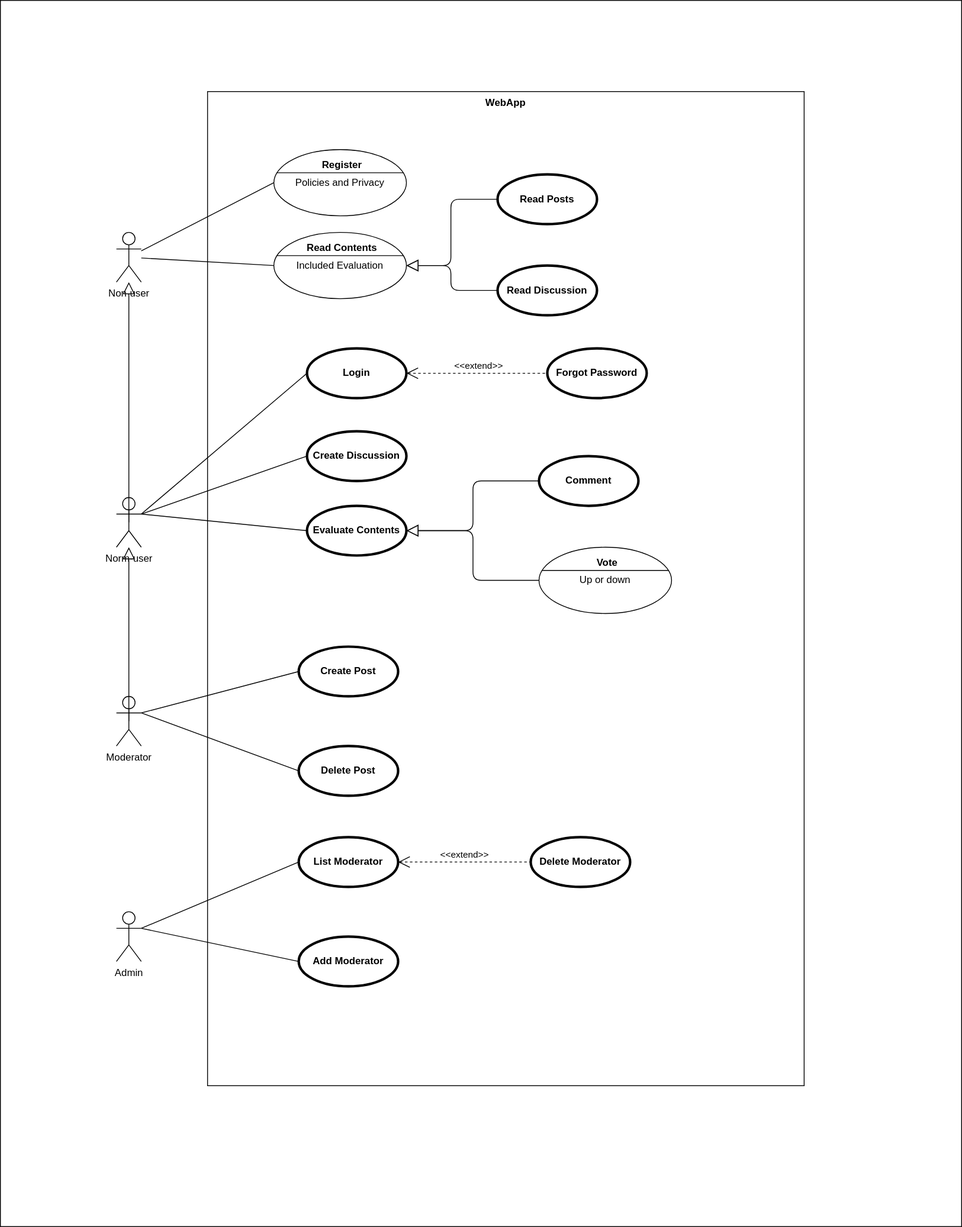
Earlier version of the draw.io export UML_Design/Use_Case_Diagram.svg (NDP-Anthony/ITProj1). Source tidied: cells renumbered, new cells last; positions are measured from the earlier drawing's top-left corner, leaving out a move shared by most shapes.
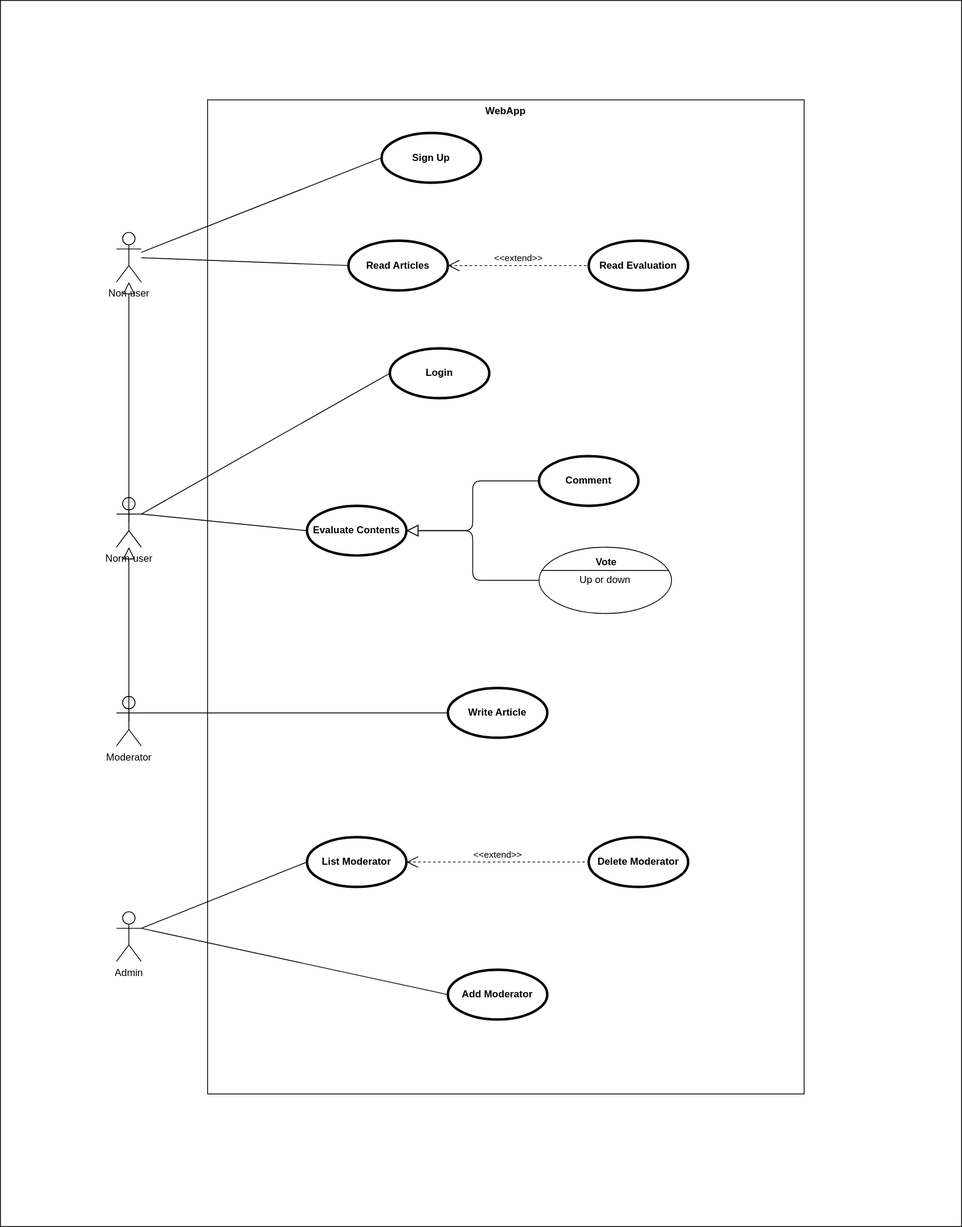
The same file after the commit.

Change to the diagram source:
```diff
@@ -24,43 +24,25 @@
       <mxGeometry relative="1" as="geometry" />
     </mxCell>
     <mxCell id="9" value="WebApp" style="shape=rect;html=1;verticalAlign=top;fontStyle=1;whiteSpace=wrap;align=center;" parent="1" vertex="1">
-      <mxGeometry x="250" y="110" width="720" height="1200" as="geometry" />
+      <mxGeometry x="250" y="120" width="720" height="1200" as="geometry" />
     </mxCell>
     <mxCell id="10" value="Login" style="shape=ellipse;html=1;strokeWidth=3;fontStyle=1;whiteSpace=wrap;align=center;perimeter=ellipsePerimeter;" parent="1" vertex="1">
-      <mxGeometry x="370" y="420" width="120" height="60" as="geometry" />
+      <mxGeometry x="470" y="420" width="120" height="60" as="geometry" />
     </mxCell>
-    <mxCell id="11" value="Create Discussion" style="shape=ellipse;html=1;strokeWidth=3;fontStyle=1;whiteSpace=wrap;align=center;perimeter=ellipsePerimeter;" parent="1" vertex="1">
-      <mxGeometry x="370" y="520" width="120" height="60" as="geometry" />
-    </mxCell>
-    <mxCell id="12" style="edgeStyle=none;html=1;endArrow=none;verticalAlign=bottom;entryX=0;entryY=0.5;entryDx=0;entryDy=0;entryPerimeter=0;" parent="1" edge="1" source="3" target="41">
+    <mxCell id="12" style="edgeStyle=none;html=1;endArrow=none;verticalAlign=bottom;entryX=0;entryY=0.5;entryDx=0;entryDy=0;" parent="1" edge="1" source="3" target="44">
       <mxGeometry relative="1" as="geometry" />
     </mxCell>
     <mxCell id="13" style="edgeStyle=none;html=1;endArrow=none;verticalAlign=bottom;entryX=0;entryY=0.5;entryDx=0;entryDy=0;exitX=1;exitY=0.3333333333333333;exitDx=0;exitDy=0;exitPerimeter=0;" parent="1" edge="1" source="4" target="10">
       <mxGeometry relative="1" as="geometry" />
     </mxCell>
-    <mxCell id="14" style="edgeStyle=none;html=1;endArrow=none;verticalAlign=bottom;entryX=0;entryY=0.5;entryDx=0;entryDy=0;exitX=1;exitY=0.3333333333333333;exitDx=0;exitDy=0;exitPerimeter=0;" parent="1" edge="1" source="4" target="11">
-      <mxGeometry relative="1" as="geometry" />
-    </mxCell>
-    <mxCell id="15" style="edgeStyle=none;html=1;endArrow=none;verticalAlign=bottom;entryX=0;entryY=0.5;entryDx=0;entryDy=0;entryPerimeter=0;" parent="1" edge="1" source="3" target="16">
+    <mxCell id="15" style="edgeStyle=none;html=1;endArrow=none;verticalAlign=bottom;entryX=0;entryY=0.5;entryDx=0;entryDy=0;" parent="1" edge="1" source="3" target="43">
       <mxGeometry relative="1" as="geometry" />
     </mxCell>
-    <mxCell id="16" value="Policies and Privacy" style="html=1;shape=mxgraph.sysml.useCaseExtPt;whiteSpace=wrap;align=center;" parent="1" vertex="1">
-      <mxGeometry x="330" y="180" width="160" height="80" as="geometry" />
-    </mxCell>
-    <mxCell id="17" value="Register" style="html=1;verticalAlign=middle;align=center;labelBackgroundColor=none;fontStyle=1;" parent="16" vertex="1">
-      <mxGeometry x="80" y="17" as="geometry" />
-    </mxCell>
-    <mxCell id="18" value="Forgot Password" style="shape=ellipse;html=1;strokeWidth=3;fontStyle=1;whiteSpace=wrap;align=center;perimeter=ellipsePerimeter;" parent="1" vertex="1">
-      <mxGeometry x="660" y="420" width="120" height="60" as="geometry" />
-    </mxCell>
-    <mxCell id="19" value="&amp;lt;&amp;lt;extend&amp;gt;&amp;gt;" style="edgeStyle=none;html=1;startArrow=open;endArrow=none;startSize=12;verticalAlign=bottom;dashed=1;labelBackgroundColor=none;entryX=0;entryY=0.5;entryDx=0;entryDy=0;exitX=1;exitY=0.5;exitDx=0;exitDy=0;" parent="1" edge="1" source="10" target="18">
-      <mxGeometry relative="1" as="geometry" />
-    </mxCell>
     <mxCell id="20" value="Evaluate Contents" style="shape=ellipse;html=1;strokeWidth=3;fontStyle=1;whiteSpace=wrap;align=center;perimeter=ellipsePerimeter;" parent="1" vertex="1">
       <mxGeometry x="370" y="610" width="120" height="60" as="geometry" />
     </mxCell>
-    <mxCell id="21" value="Create Post" style="shape=ellipse;html=1;strokeWidth=3;fontStyle=1;whiteSpace=wrap;align=center;perimeter=ellipsePerimeter;" parent="1" vertex="1">
-      <mxGeometry x="360" y="780" width="120" height="60" as="geometry" />
+    <mxCell id="21" value="Write Article" style="shape=ellipse;html=1;strokeWidth=3;fontStyle=1;whiteSpace=wrap;align=center;perimeter=ellipsePerimeter;" parent="1" vertex="1">
+      <mxGeometry x="540" y="830" width="120" height="60" as="geometry" />
     </mxCell>
     <mxCell id="22" style="edgeStyle=none;html=1;endArrow=none;verticalAlign=bottom;exitX=1;exitY=0.3333333333333333;exitDx=0;exitDy=0;exitPerimeter=0;entryX=0;entryY=0.5;entryDx=0;entryDy=0;" parent="1" edge="1" source="6" target="21">
       <mxGeometry relative="1" as="geometry" />
@@ -69,7 +51,7 @@
       <mxGeometry relative="1" as="geometry" />
     </mxCell>
     <mxCell id="24" value="List Moderator" style="shape=ellipse;html=1;strokeWidth=3;fontStyle=1;whiteSpace=wrap;align=center;perimeter=ellipsePerimeter;" parent="1" vertex="1">
-      <mxGeometry x="360" y="1010" width="120" height="60" as="geometry" />
+      <mxGeometry x="370" y="1010" width="120" height="60" as="geometry" />
     </mxCell>
     <mxCell id="25" style="edgeStyle=none;html=1;endArrow=none;verticalAlign=bottom;exitX=1;exitY=0.3333333333333333;exitDx=0;exitDy=0;exitPerimeter=0;entryX=0;entryY=0.5;entryDx=0;entryDy=0;" parent="1" edge="1" source="5" target="24">
       <mxGeometry relative="1" as="geometry" />
@@ -89,23 +71,11 @@
     <mxCell id="30" value="Vote" style="html=1;verticalAlign=middle;align=center;labelBackgroundColor=none;fontStyle=1;" parent="29" vertex="1">
       <mxGeometry x="80" y="17" as="geometry" />
     </mxCell>
-    <mxCell id="31" value="Read Discussion" style="shape=ellipse;html=1;strokeWidth=3;fontStyle=1;whiteSpace=wrap;align=center;perimeter=ellipsePerimeter;" parent="1" vertex="1">
-      <mxGeometry x="600" y="320" width="120" height="60" as="geometry" />
-    </mxCell>
-    <mxCell id="32" value="Read Posts" style="shape=ellipse;html=1;strokeWidth=3;fontStyle=1;whiteSpace=wrap;align=center;perimeter=ellipsePerimeter;" parent="1" vertex="1">
-      <mxGeometry x="600" y="210" width="120" height="60" as="geometry" />
-    </mxCell>
-    <mxCell id="33" style="edgeStyle=elbowEdgeStyle;html=1;endArrow=block;endFill=0;endSize=12;verticalAlign=bottom;entryX=1;entryY=0.5;entryDx=0;entryDy=0;exitX=0;exitY=0.5;exitDx=0;exitDy=0;entryPerimeter=0;" parent="1" edge="1" source="32" target="41">
-      <mxGeometry relative="1" as="geometry" />
-    </mxCell>
-    <mxCell id="34" style="edgeStyle=elbowEdgeStyle;html=1;endArrow=block;endFill=0;endSize=12;verticalAlign=bottom;exitX=0;exitY=0.5;exitDx=0;exitDy=0;entryX=1;entryY=0.5;entryDx=0;entryDy=0;entryPerimeter=0;" parent="1" edge="1" source="31" target="41">
-      <mxGeometry relative="1" as="geometry" />
-    </mxCell>
     <mxCell id="35" value="Delete Moderator" style="shape=ellipse;html=1;strokeWidth=3;fontStyle=1;whiteSpace=wrap;align=center;perimeter=ellipsePerimeter;" parent="1" vertex="1">
-      <mxGeometry x="640" y="1010" width="120" height="60" as="geometry" />
+      <mxGeometry x="710" y="1010" width="120" height="60" as="geometry" />
     </mxCell>
     <mxCell id="36" value="Add Moderator" style="shape=ellipse;html=1;strokeWidth=3;fontStyle=1;whiteSpace=wrap;align=center;perimeter=ellipsePerimeter;" parent="1" vertex="1">
-      <mxGeometry x="360" y="1130" width="120" height="60" as="geometry" />
+      <mxGeometry x="540" y="1170" width="120" height="60" as="geometry" />
     </mxCell>
     <mxCell id="37" style="edgeStyle=none;html=1;endArrow=none;verticalAlign=bottom;exitX=1;exitY=0.3333333333333333;exitDx=0;exitDy=0;exitPerimeter=0;entryX=0;entryY=0.5;entryDx=0;entryDy=0;" parent="1" edge="1" source="5" target="36">
       <mxGeometry relative="1" as="geometry" />
@@ -113,17 +83,17 @@
     <mxCell id="38" value="&amp;lt;&amp;lt;extend&amp;gt;&amp;gt;" style="edgeStyle=none;html=1;startArrow=open;endArrow=none;startSize=12;verticalAlign=bottom;dashed=1;labelBackgroundColor=none;exitX=1;exitY=0.5;exitDx=0;exitDy=0;entryX=0;entryY=0.5;entryDx=0;entryDy=0;" parent="1" edge="1" source="24" target="35">
       <mxGeometry relative="1" as="geometry" />
     </mxCell>
-    <mxCell id="39" value="Delete Post" style="shape=ellipse;html=1;strokeWidth=3;fontStyle=1;whiteSpace=wrap;align=center;perimeter=ellipsePerimeter;gradientColor=none;" parent="1" vertex="1">
-      <mxGeometry x="360" y="900" width="120" height="60" as="geometry" />
-    </mxCell>
-    <mxCell id="40" style="edgeStyle=none;html=1;endArrow=none;verticalAlign=bottom;exitX=1;exitY=0.3333333333333333;exitDx=0;exitDy=0;exitPerimeter=0;entryX=0;entryY=0.5;entryDx=0;entryDy=0;" parent="1" edge="1" source="6" target="39">
-      <mxGeometry relative="1" as="geometry" />
-    </mxCell>
-    <mxCell id="41" value="Included Evaluation" style="html=1;shape=mxgraph.sysml.useCaseExtPt;whiteSpace=wrap;align=center;gradientColor=none;" parent="1" vertex="1">
-      <mxGeometry x="330" y="280" width="160" height="80" as="geometry" />
-    </mxCell>
-    <mxCell id="42" value="Read Contents" style="html=1;verticalAlign=middle;align=center;labelBackgroundColor=none;fontStyle=1;" parent="41" vertex="1">
-      <mxGeometry x="80" y="17" as="geometry" />
-    </mxCell>
+    <mxCell id="43" value="Sign Up" style="shape=ellipse;html=1;strokeWidth=3;fontStyle=1;whiteSpace=wrap;align=center;perimeter=ellipsePerimeter;" parent="1" vertex="1">
+      <mxGeometry x="460" y="160" width="120" height="60" as="geometry" />
+    </mxCell>
+    <mxCell id="44" value="Read Articles" style="shape=ellipse;html=1;strokeWidth=3;fontStyle=1;whiteSpace=wrap;align=center;perimeter=ellipsePerimeter;" parent="1" vertex="1">
+      <mxGeometry x="420" y="290" width="120" height="60" as="geometry" />
+    </mxCell>
+    <mxCell id="45" value="Read Evaluation" style="shape=ellipse;html=1;strokeWidth=3;fontStyle=1;whiteSpace=wrap;align=center;perimeter=ellipsePerimeter;" parent="1" vertex="1">
+      <mxGeometry x="710" y="290" width="120" height="60" as="geometry" />
+    </mxCell>
+    <mxCell id="19" value="&amp;lt;&amp;lt;extend&amp;gt;&amp;gt;" style="edgeStyle=none;html=1;startArrow=open;endArrow=none;startSize=12;verticalAlign=bottom;dashed=1;labelBackgroundColor=none;exitX=1;exitY=0.5;exitDx=0;exitDy=0;entryX=0;entryY=0.5;entryDx=0;entryDy=0;" parent="1" edge="1" source="44" target="45">
+      <mxGeometry relative="1" as="geometry" />
+    </mxCell>
   </root>
 </mxGraphModel>
```
